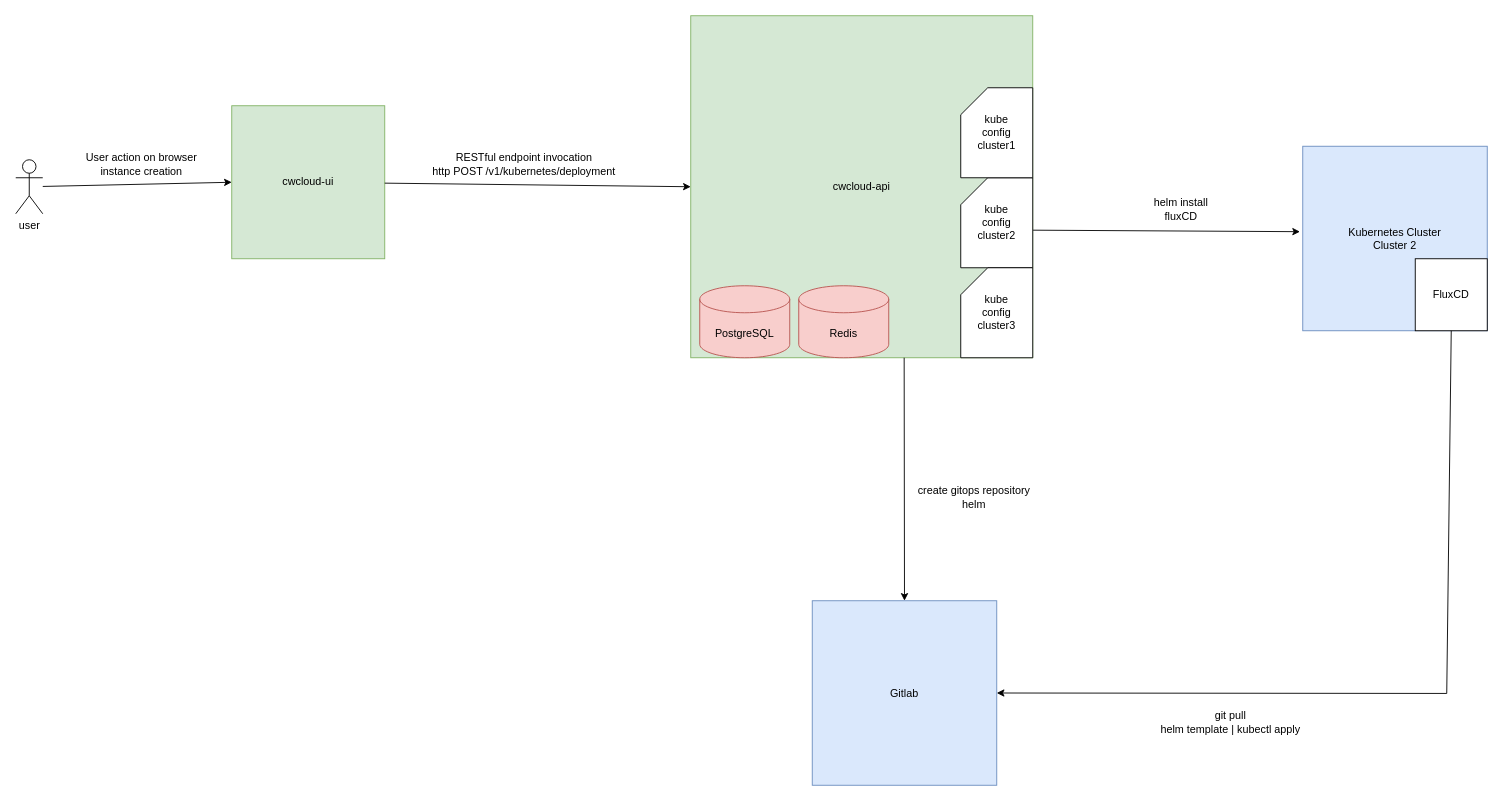
The draw.io diagram img/draw/cwcloud_daas_k8s.drawio in comworkio/comwork-cloud-wiki, before the edit. Source tidied: cells renumbered, new cells numbered last; positions are measured from the earlier drawing's top-left corner, leaving out a move shared by most shapes. Both pictures are drawn from the tidied source at 90%, with x=0, y=0 at pixel (15, 15).
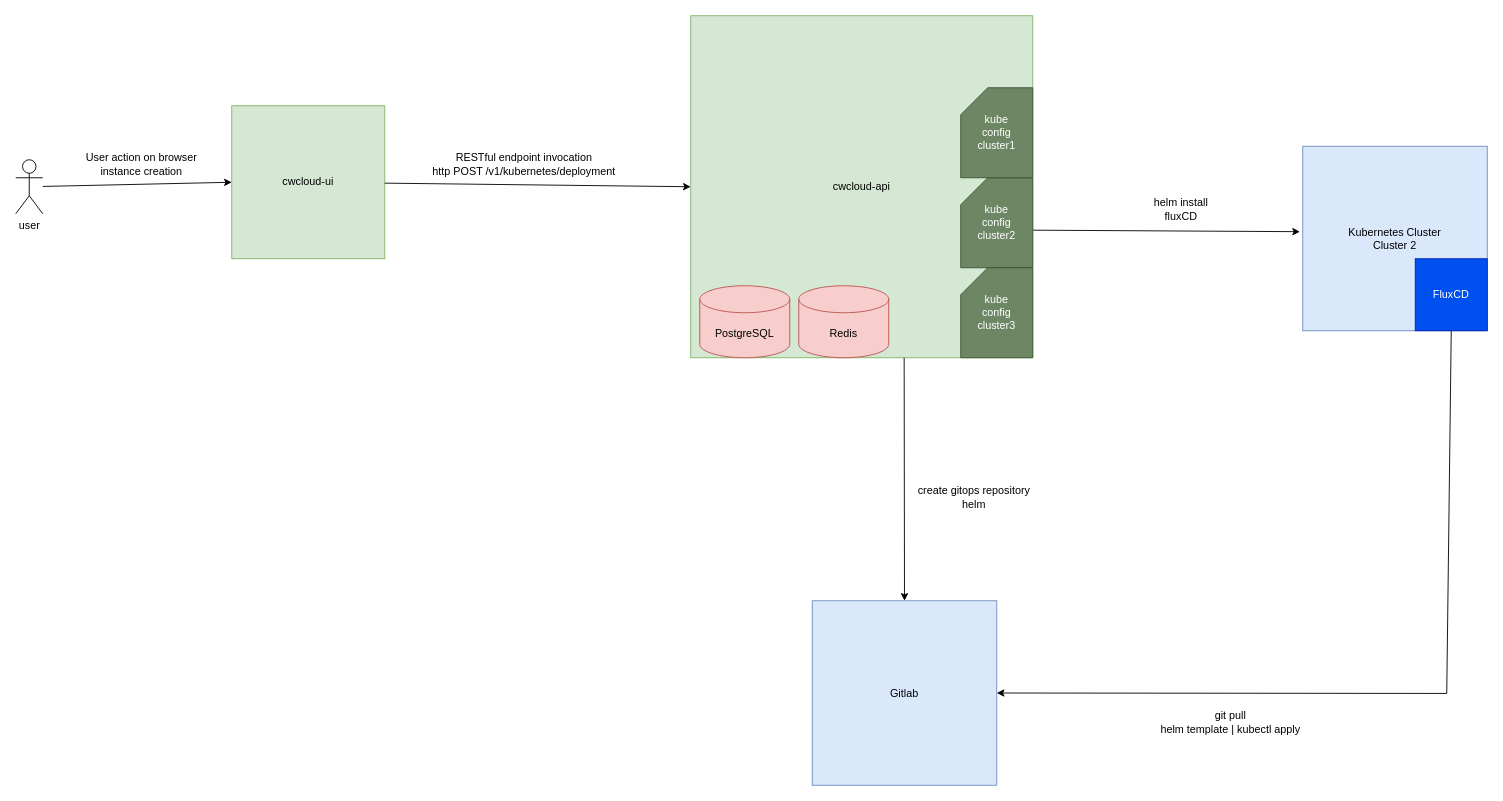
After the change.

Commit message (it also covers changes not shown here):
Improve schemas

Diff of the diagram source:
```diff
@@
-    <mxCell id="20" value="FluxCD" style="whiteSpace=wrap;html=1;" parent="1" vertex="1">
+    <mxCell id="20" value="FluxCD" style="whiteSpace=wrap;html=1;fillColor=#0050ef;fontColor=#ffffff;strokeColor=#001DBC;" parent="1" vertex="1">
       <mxGeometry x="1555" y="270" width="80" height="80" as="geometry" />
     </mxCell>
@@
-    <mxCell id="22" value="kube&lt;br&gt;config&lt;br&gt;cluster2" style="shape=card;whiteSpace=wrap;html=1;" parent="1" vertex="1">
+    <mxCell id="22" value="kube&lt;br&gt;config&lt;br&gt;cluster2" style="shape=card;whiteSpace=wrap;html=1;fillColor=#6d8764;fontColor=#ffffff;strokeColor=#3A5431;" parent="1" vertex="1">
       <mxGeometry x="1050" y="180" width="80" height="100" as="geometry" />
     </mxCell>
-    <mxCell id="23" value="kube&lt;br&gt;config&lt;br&gt;cluster1" style="shape=card;whiteSpace=wrap;html=1;" parent="1" vertex="1">
+    <mxCell id="23" value="kube&lt;br&gt;config&lt;br&gt;cluster1" style="shape=card;whiteSpace=wrap;html=1;fillColor=#6d8764;fontColor=#ffffff;strokeColor=#3A5431;" parent="1" vertex="1">
       <mxGeometry x="1050" y="80" width="80" height="100" as="geometry" />
     </mxCell>
-    <mxCell id="24" value="kube&lt;br&gt;config&lt;br&gt;cluster3" style="shape=card;whiteSpace=wrap;html=1;" parent="1" vertex="1">
+    <mxCell id="24" value="kube&lt;br&gt;config&lt;br&gt;cluster3" style="shape=card;whiteSpace=wrap;html=1;fillColor=#6d8764;fontColor=#ffffff;strokeColor=#3A5431;" parent="1" vertex="1">
       <mxGeometry x="1050" y="280" width="80" height="100" as="geometry" />
     </mxCell>
```
